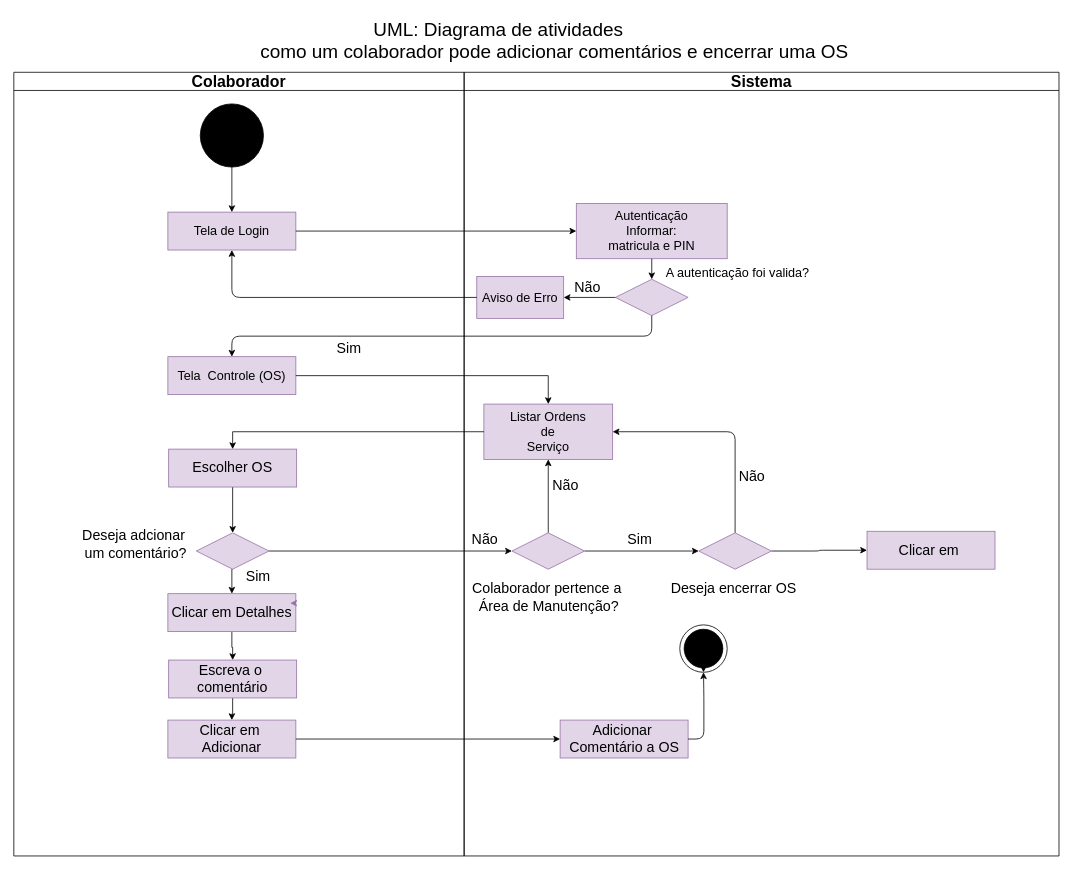
This is Uml.drawio from GleidsonSousa/SENAI2023, a draw.io file, before an edit. Source tidied: cells renumbered, new cells numbered last; positions are measured from the earlier drawing's top-left corner, leaving out a move shared by most shapes. Both pictures are drawn from the tidied source at 79%, with x=0, y=0 at pixel (13, 13).
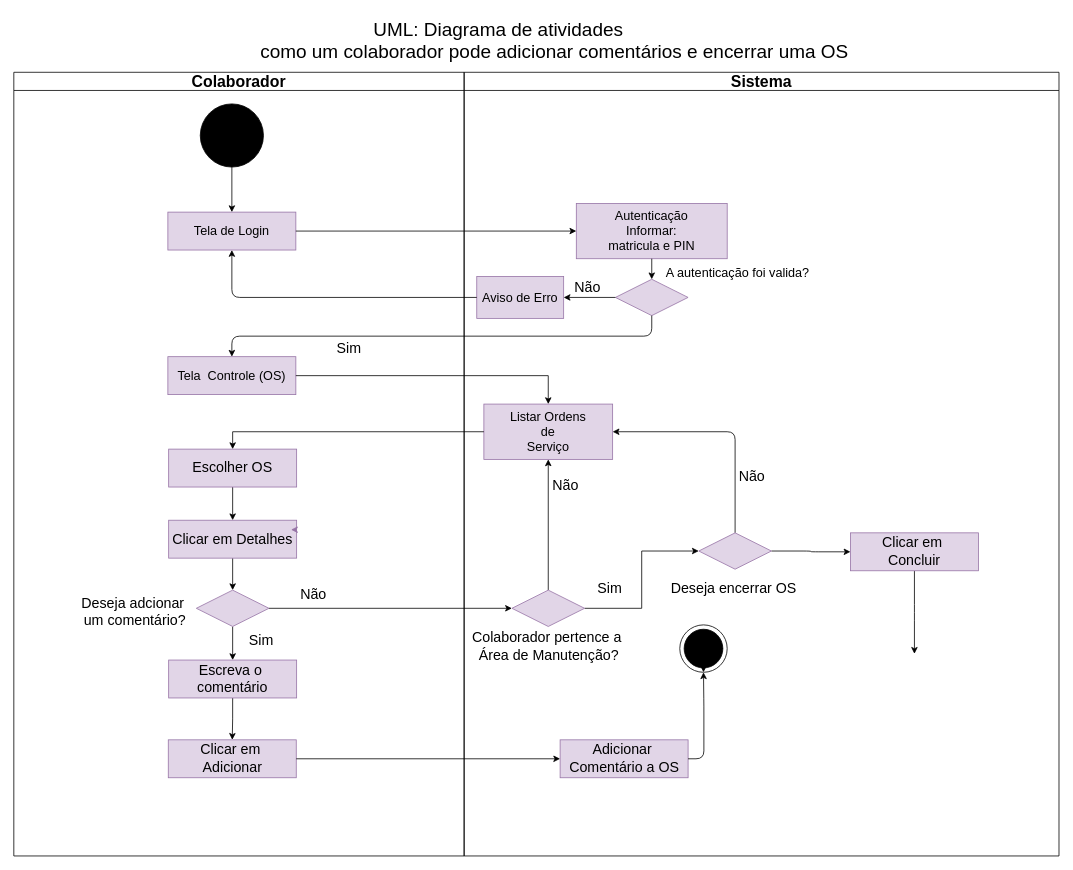
After the change.

The change refers to these unchanged cells:
```xml
<mxCell id="2" value="&lt;font face=&quot;Helvetica&quot; style=&quot;font-size: 20px;&quot;&gt;Colaborador&lt;/font&gt;" style="swimlane;whiteSpace=wrap;html=1;hachureGap=4;fontFamily=Architects Daughter;fontSize=20;strokeWidth=1;labelBackgroundColor=none;rounded=0;" parent="1" vertex="1">
  <mxGeometry y="74" width="570" height="992" as="geometry" />
</mxCell>
<mxCell id="10" value="&lt;font style=&quot;font-size: 18px;&quot;&gt;Escolher OS&lt;/font&gt;" style="rounded=0;whiteSpace=wrap;html=1;labelBackgroundColor=none;fillColor=#e1d5e7;strokeColor=#9673a6;" parent="2" vertex="1">
  <mxGeometry x="196" y="477" width="162" height="48" as="geometry" />
</mxCell>
<mxCell id="17" value="&lt;font style=&quot;font-size: 18px;&quot;&gt;Escreva o&amp;nbsp;&lt;br&gt;comentário&lt;br&gt;&lt;/font&gt;" style="rounded=0;whiteSpace=wrap;html=1;labelBackgroundColor=none;fillColor=#e1d5e7;strokeColor=#9673a6;" parent="2" vertex="1">
  <mxGeometry x="196" y="744" width="162" height="48" as="geometry" />
</mxCell>
<mxCell id="21" value="&lt;font face=&quot;Helvetica&quot;&gt;Sistema&lt;/font&gt;" style="swimlane;whiteSpace=wrap;html=1;hachureGap=4;fontFamily=Architects Daughter;fontSize=20;fillColor=none;swimlaneLine=1;shadow=0;strokeWidth=1;perimeterSpacing=0;labelBackgroundColor=none;rounded=0;glass=0;" parent="1" vertex="1">
  <mxGeometry x="570" y="74" width="753" height="992" as="geometry" />
</mxCell>
<mxCell id="43" style="rhombus;whiteSpace=wrap;html=1;labelBackgroundColor=none;rounded=0;fillColor=#e1d5e7;strokeColor=#9673a6;" parent="21" vertex="1">
  <mxGeometry x="297" y="583" width="92" height="46" as="geometry" />
</mxCell>
```

The edit, as a diff of the source:
```diff
@@
-    <mxCell id="9" style="edgeStyle=orthogonalEdgeStyle;rounded=0;jettySize=auto;html=1;exitX=0.5;exitY=1;exitDx=0;exitDy=0;entryX=0.5;entryY=0;entryDx=0;entryDy=0;labelBackgroundColor=none;fontColor=default;" parent="2" edge="1" source="10" target="14">
-      <mxGeometry relative="1" as="geometry" />
-    </mxCell>
+    <mxCell id="57" style="edgeStyle=orthogonalEdgeStyle;jettySize=auto;html=1;exitX=0.5;exitY=1;exitDx=0;exitDy=0;entryX=0.5;entryY=0;entryDx=0;entryDy=0;" parent="2" edge="1" source="10" target="12">
+      <mxGeometry relative="1" as="geometry" />
+    </mxCell>
@@
-    <mxCell id="11" style="edgeStyle=orthogonalEdgeStyle;rounded=0;jettySize=auto;html=1;entryX=0.5;entryY=0;entryDx=0;entryDy=0;labelBackgroundColor=none;fontColor=default;" parent="2" edge="1" source="12" target="17">
-      <mxGeometry relative="1" as="geometry" />
-    </mxCell>
+    <mxCell id="58" style="edgeStyle=orthogonalEdgeStyle;jettySize=auto;html=1;exitX=0.5;exitY=1;exitDx=0;exitDy=0;entryX=0.5;entryY=0;entryDx=0;entryDy=0;" parent="2" edge="1" source="12" target="14">
+      <mxGeometry relative="1" as="geometry" />
+    </mxCell>
     <mxCell id="12" value="&lt;font style=&quot;font-size: 18px;&quot;&gt;Clicar em Detalhes&lt;/font&gt;" style="rounded=0;whiteSpace=wrap;html=1;labelBackgroundColor=none;fillColor=#e1d5e7;strokeColor=#9673a6;" parent="2" vertex="1">
-      <mxGeometry x="195" y="660" width="162" height="48" as="geometry" />
+      <mxGeometry x="196" y="567" width="162" height="48" as="geometry" />
     </mxCell>
-    <mxCell id="13" style="edgeStyle=orthogonalEdgeStyle;rounded=0;jettySize=auto;html=1;exitX=0.5;exitY=1;exitDx=0;exitDy=0;entryX=0.5;entryY=0;entryDx=0;entryDy=0;labelBackgroundColor=none;fontColor=default;" parent="2" edge="1" source="14" target="12">
-      <mxGeometry relative="1" as="geometry" />
-    </mxCell>
+    <mxCell id="59" style="edgeStyle=orthogonalEdgeStyle;jettySize=auto;html=1;exitX=0.5;exitY=1;exitDx=0;exitDy=0;entryX=0.5;entryY=0;entryDx=0;entryDy=0;" parent="2" edge="1" source="14" target="17">
+      <mxGeometry relative="1" as="geometry" />
+    </mxCell>
     <mxCell id="14" style="rhombus;whiteSpace=wrap;html=1;labelBackgroundColor=none;rounded=0;fillColor=#e1d5e7;strokeColor=#9673a6;" parent="2" vertex="1">
-      <mxGeometry x="231" y="583" width="92" height="46" as="geometry" />
+      <mxGeometry x="231" y="655.5" width="92" height="46" as="geometry" />
     </mxCell>
     <mxCell id="15" value="&lt;font style=&quot;font-size: 18px;&quot;&gt;Deseja adcionar&amp;nbsp;&lt;br&gt;um comentário?&lt;/font&gt;" style="text;html=1;align=center;verticalAlign=middle;strokeColor=none;fillColor=none;labelBackgroundColor=none;rounded=0;" parent="2" vertex="1">
-      <mxGeometry x="77" y="570.5" width="153" height="55" as="geometry" />
+      <mxGeometry x="76" y="655.5" width="153" height="55" as="geometry" />
     </mxCell>
@@
     <mxCell id="18" value="&lt;font style=&quot;font-size: 18px;&quot;&gt;Clicar em&amp;nbsp;&lt;br&gt;Adicionar&lt;br&gt;&lt;/font&gt;" style="rounded=0;whiteSpace=wrap;html=1;labelBackgroundColor=none;fillColor=#e1d5e7;strokeColor=#9673a6;" parent="2" vertex="1">
-      <mxGeometry x="195" y="820" width="162" height="48" as="geometry" />
+      <mxGeometry x="195.5" y="845" width="162" height="48" as="geometry" />
     </mxCell>
     <mxCell id="19" value="&lt;font style=&quot;font-size: 18px;&quot;&gt;Sim&lt;/font&gt;" style="text;html=1;align=center;verticalAlign=middle;strokeColor=none;fillColor=none;labelBackgroundColor=none;rounded=0;" parent="2" vertex="1">
-      <mxGeometry x="284" y="621.5" width="49" height="34" as="geometry" />
+      <mxGeometry x="288" y="701.5" width="49" height="34" as="geometry" />
     </mxCell>
@@
+    <mxCell id="37" value="&lt;font style=&quot;font-size: 18px;&quot;&gt;Não&lt;/font&gt;" style="text;html=1;align=center;verticalAlign=middle;strokeColor=none;fillColor=none;labelBackgroundColor=none;rounded=0;" parent="2" vertex="1">
+      <mxGeometry x="353" y="644" width="51" height="34" as="geometry" />
+    </mxCell>
@@
     <mxCell id="32" style="rhombus;whiteSpace=wrap;html=1;labelBackgroundColor=none;rounded=0;fillColor=#e1d5e7;strokeColor=#9673a6;" parent="21" vertex="1">
-      <mxGeometry x="60.5" y="583" width="92" height="46" as="geometry" />
+      <mxGeometry x="60.5" y="655.5" width="92" height="46" as="geometry" />
     </mxCell>
@@
     <mxCell id="35" value="&lt;font style=&quot;font-size: 18px;&quot;&gt;Adicionar&amp;nbsp;&lt;br&gt;Comentário a OS&lt;br&gt;&lt;/font&gt;" style="rounded=0;whiteSpace=wrap;html=1;labelBackgroundColor=none;fillColor=#e1d5e7;strokeColor=#9673a6;" parent="21" vertex="1">
-      <mxGeometry x="121.5" y="820" width="162" height="48" as="geometry" />
+      <mxGeometry x="121.5" y="845" width="162" height="48" as="geometry" />
     </mxCell>
     <mxCell id="36" value="&lt;font style=&quot;font-size: 18px;&quot;&gt;Colaborador pertence a&amp;nbsp;&lt;br&gt;Área de Manutenção?&lt;/font&gt;" style="text;html=1;align=center;verticalAlign=middle;strokeColor=none;fillColor=none;labelBackgroundColor=none;rounded=0;" parent="21" vertex="1">
-      <mxGeometry x="0.5" y="637" width="212" height="55" as="geometry" />
+      <mxGeometry x="0.5" y="699.5" width="212" height="55" as="geometry" />
     </mxCell>
-    <mxCell id="37" value="&lt;font style=&quot;font-size: 18px;&quot;&gt;Não&lt;/font&gt;" style="text;html=1;align=center;verticalAlign=middle;strokeColor=none;fillColor=none;labelBackgroundColor=none;rounded=0;" parent="21" vertex="1">
-      <mxGeometry y="575" width="51" height="34" as="geometry" />
-    </mxCell>
@@
     <mxCell id="40" value="&lt;font style=&quot;font-size: 18px;&quot;&gt;Sim&lt;/font&gt;" style="text;html=1;align=center;verticalAlign=middle;strokeColor=none;fillColor=none;labelBackgroundColor=none;rounded=0;" parent="21" vertex="1">
-      <mxGeometry x="197" y="575" width="49" height="34" as="geometry" />
+      <mxGeometry x="159" y="637" width="49" height="34" as="geometry" />
     </mxCell>
@@
-    <mxCell id="42" style="edgeStyle=orthogonalEdgeStyle;jettySize=auto;html=1;exitX=1;exitY=0.5;exitDx=0;exitDy=0;entryX=0;entryY=0.5;entryDx=0;entryDy=0;" parent="21" edge="1" source="43" target="46">
-      <mxGeometry relative="1" as="geometry" />
-    </mxCell>
+    <mxCell id="60" style="edgeStyle=orthogonalEdgeStyle;jettySize=auto;html=1;exitX=1;exitY=0.5;exitDx=0;exitDy=0;entryX=0;entryY=0.5;entryDx=0;entryDy=0;" parent="21" edge="1" source="43" target="62">
+      <mxGeometry relative="1" as="geometry" />
+    </mxCell>
@@
-    <mxCell id="46" value="&lt;font style=&quot;font-size: 18px;&quot;&gt;Clicar em&amp;nbsp;&lt;br&gt;&lt;/font&gt;" style="rounded=0;whiteSpace=wrap;html=1;labelBackgroundColor=none;fillColor=#e1d5e7;strokeColor=#9673a6;" parent="21" vertex="1">
-      <mxGeometry x="510" y="581" width="162" height="48" as="geometry" />
-    </mxCell>
+    <mxCell id="61" style="edgeStyle=orthogonalEdgeStyle;jettySize=auto;html=1;" parent="21" edge="1" source="62">
+      <mxGeometry relative="1" as="geometry">
+        <mxPoint x="570" y="736.1" as="targetPoint" />
+      </mxGeometry>
+    </mxCell>
+    <mxCell id="62" value="&lt;font style=&quot;font-size: 18px;&quot;&gt;Clicar em&amp;nbsp;&lt;br&gt;Concluir&lt;br&gt;&lt;/font&gt;" style="rounded=0;whiteSpace=wrap;html=1;labelBackgroundColor=none;fillColor=#e1d5e7;strokeColor=#9673a6;" parent="21" vertex="1">
+      <mxGeometry x="489" y="583" width="162" height="48" as="geometry" />
+    </mxCell>
```
